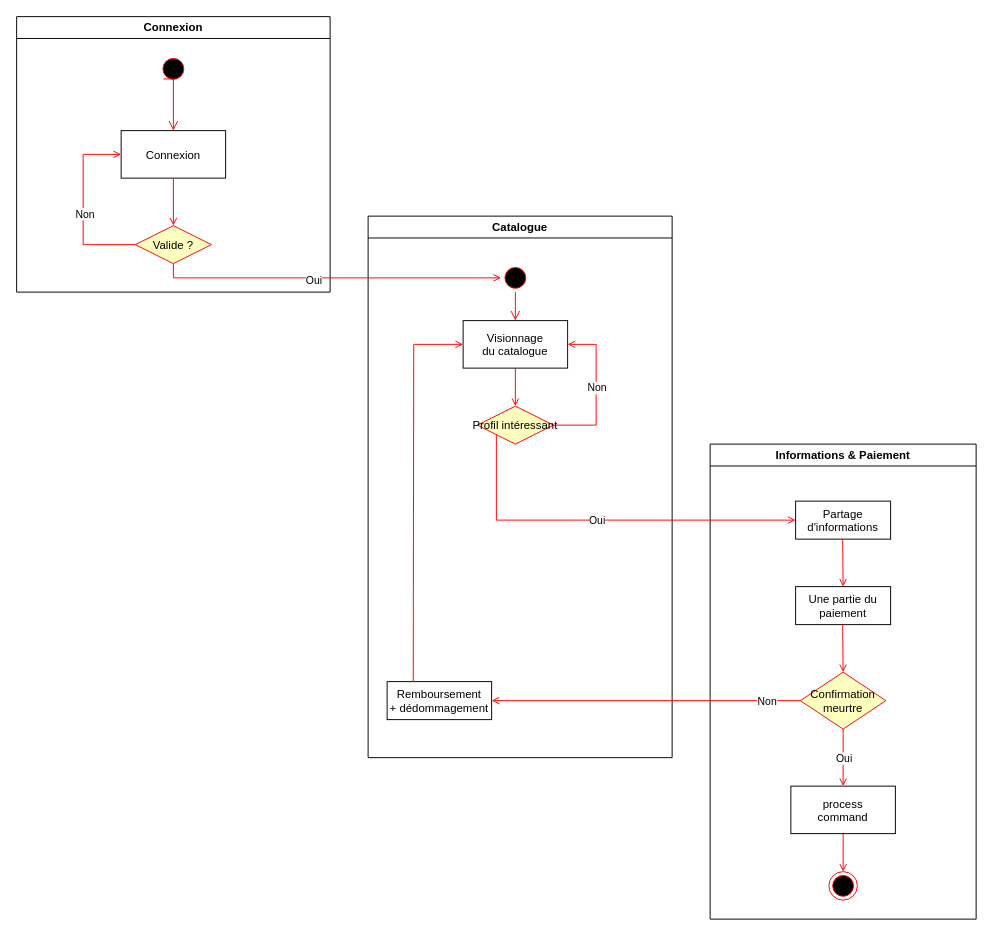
Above: page "Jean" (2 of 2) of Untitled Diagram.drawio in Inebhis/uml-project (draw.io), before the change. Source tidied: cells renumbered, new cells numbered last; positions are measured from the earlier drawing's top-left corner, leaving out a move shared by most shapes. Both pictures are drawn from the tidied source at 95%, with x=0, y=0 at pixel (16, 16).
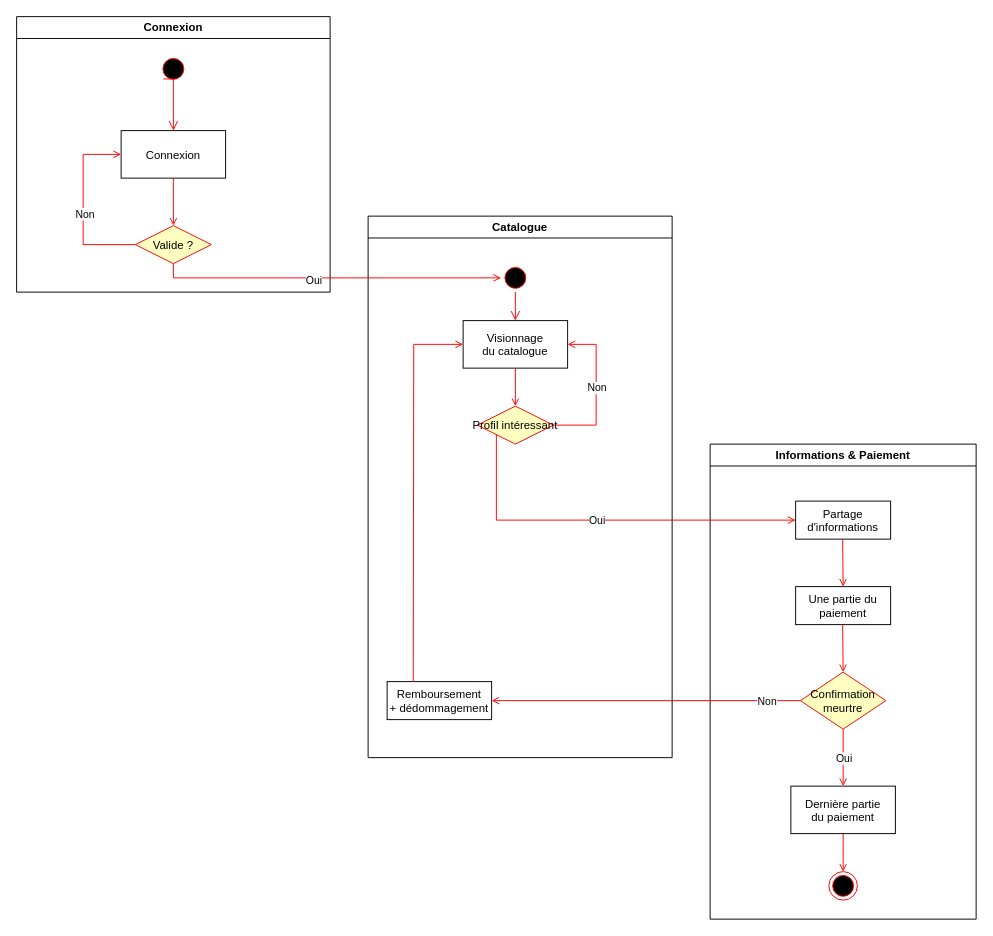
After the change.

Commit message:
ajout idryss

Unchanged cells that the change refers to:
```xml
<mxCell id="20" value="Informations &amp; Paiement" style="swimlane;whiteSpace=wrap;" parent="1" vertex="1">
  <mxGeometry x="730" y="450" width="280" height="500" as="geometry" />
</mxCell>
```

Change to the diagram source:
```diff
@@
-    <mxCell id="21" value="process&#10;command" parent="20" vertex="1">
+    <mxCell id="21" value="Dernière partie&#10;du paiement" parent="20" vertex="1">
       <mxGeometry x="85" y="360" width="110" height="50" as="geometry" />
     </mxCell>
```
